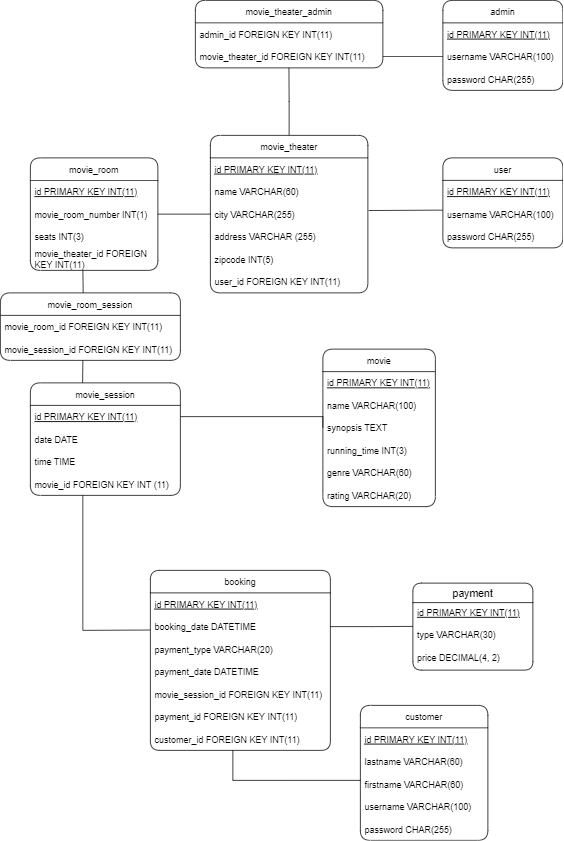
Earlier version of the draw.io export MPD.png (Armafobe/cinema_database). Source tidied: cells renumbered, new cells last; positions are measured from the earlier drawing's top-left corner, leaving out a move shared by most shapes.
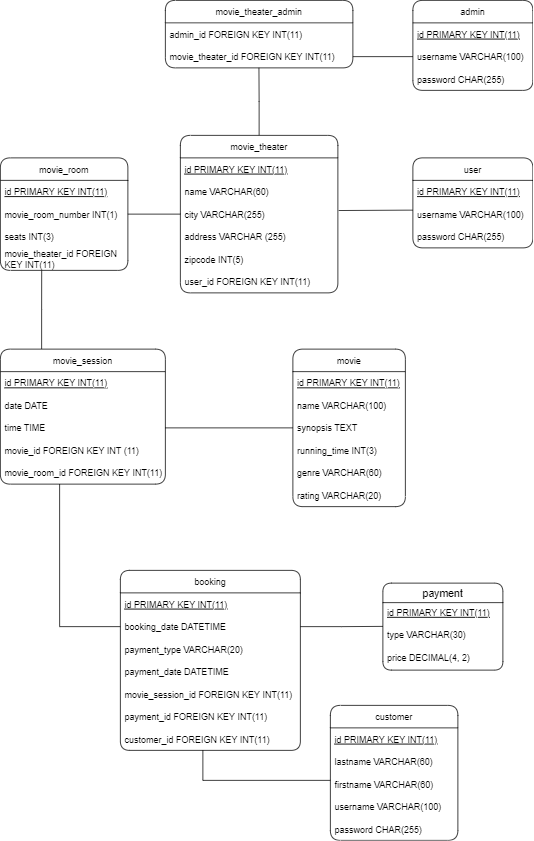
The same diagram one commit later.

Change to the diagram source:
```diff
@@ -53,26 +53,27 @@
     <mxCell id="18" value="movie_theater_id FOREIGN&#10;KEY INT(11)" style="text;strokeColor=none;fillColor=none;align=left;verticalAlign=middle;spacingLeft=4;spacingRight=4;overflow=hidden;points=[[0,0.5],[1,0.5]];portConstraint=eastwest;rounded=1;" parent="14" vertex="1">
       <mxGeometry y="120" width="170" height="30" as="geometry" />
     </mxCell>
-    <mxCell id="19" style="edgeStyle=orthogonalEdgeStyle;rounded=0;jettySize=auto;html=1;exitX=0.348;exitY=0.008;exitDx=0;exitDy=0;endArrow=none;endFill=0;exitPerimeter=0;" parent="1" edge="1" source="20">
-      <mxGeometry relative="1" as="geometry">
-        <mxPoint x="110" y="480" as="targetPoint" />
-      </mxGeometry>
-    </mxCell>
+    <mxCell id="69" style="edgeStyle=orthogonalEdgeStyle;rounded=0;jettySize=auto;html=1;exitX=0.25;exitY=0;exitDx=0;exitDy=0;entryX=0.324;entryY=1;entryDx=0;entryDy=0;entryPerimeter=0;endArrow=none;endFill=0;" parent="1" edge="1" source="20" target="18">
+      <mxGeometry relative="1" as="geometry" />
+    </mxCell>
     <mxCell id="20" value="movie_session" style="swimlane;fontStyle=0;horizontal=1;startSize=30;rounded=1;" parent="1" vertex="1">
-      <mxGeometry x="40" y="510" width="200" height="150" as="geometry" />
+      <mxGeometry x="40" y="465" width="220" height="180" as="geometry" />
     </mxCell>
     <mxCell id="21" value="id PRIMARY KEY INT(11)" style="text;strokeColor=none;fillColor=none;align=left;verticalAlign=middle;spacingLeft=4;spacingRight=4;overflow=hidden;points=[[0,0.5],[1,0.5]];portConstraint=eastwest;rounded=1;fontStyle=4;" parent="20" vertex="1">
-      <mxGeometry y="30" width="200" height="30" as="geometry" />
+      <mxGeometry y="30" width="220" height="30" as="geometry" />
     </mxCell>
     <mxCell id="22" value="date DATE" style="text;strokeColor=none;fillColor=none;align=left;verticalAlign=middle;spacingLeft=4;spacingRight=4;overflow=hidden;rounded=1;" parent="20" vertex="1">
-      <mxGeometry y="60" width="200" height="30" as="geometry" />
+      <mxGeometry y="60" width="220" height="30" as="geometry" />
     </mxCell>
     <mxCell id="23" value="time TIME" style="text;strokeColor=none;fillColor=none;align=left;verticalAlign=middle;spacingLeft=4;spacingRight=4;overflow=hidden;points=[[0,0.5],[1,0.5]];portConstraint=eastwest;rounded=1;" parent="20" vertex="1">
-      <mxGeometry y="90" width="200" height="30" as="geometry" />
+      <mxGeometry y="90" width="220" height="30" as="geometry" />
     </mxCell>
     <mxCell id="24" value="movie_id FOREIGN KEY INT (11)" style="text;strokeColor=none;fillColor=none;align=left;verticalAlign=middle;spacingLeft=4;spacingRight=4;overflow=hidden;rounded=1;" parent="20" vertex="1">
-      <mxGeometry y="120" width="200" height="30" as="geometry" />
+      <mxGeometry y="120" width="220" height="30" as="geometry" />
     </mxCell>
+    <mxCell id="64" value="movie_room_id FOREIGN KEY INT(11)" style="text;strokeColor=none;fillColor=none;align=left;verticalAlign=middle;spacingLeft=4;spacingRight=4;overflow=hidden;points=[[0,0.5],[1,0.5]];portConstraint=eastwest;rounded=1;" parent="20" vertex="1">
+      <mxGeometry y="150" width="220" height="30" as="geometry" />
+    </mxCell>
     <mxCell id="25" value="movie" style="swimlane;fontStyle=0;horizontal=1;startSize=30;rounded=1;" parent="1" vertex="1">
       <mxGeometry x="430" y="465" width="150" height="210" as="geometry" />
     </mxCell>
@@ -118,17 +119,6 @@
     <mxCell id="39" value="customer_id FOREIGN KEY INT(11)" style="text;strokeColor=none;fillColor=none;align=left;verticalAlign=middle;spacingLeft=4;spacingRight=4;overflow=hidden;rounded=1;" parent="32" vertex="1">
       <mxGeometry y="210" width="240" height="30" as="geometry" />
     </mxCell>
-    <mxCell id="40" style="endArrow=none;html=1;rounded=0;" parent="1" edge="1">
-      <mxGeometry relative="1" as="geometry">
-        <mxPoint x="110" y="660" as="sourcePoint" />
-        <mxPoint x="110" y="840" as="targetPoint" />
-      </mxGeometry>
-    </mxCell>
-    <mxCell id="41" style="endArrow=none;html=1;rounded=0;entryX=-0.003;entryY=0.651;entryDx=0;entryDy=0;entryPerimeter=0;" parent="1" edge="1" target="34">
-      <mxGeometry relative="1" as="geometry">
-        <mxPoint x="110" y="840" as="sourcePoint" />
-      </mxGeometry>
-    </mxCell>
     <mxCell id="42" value="customer" style="swimlane;fontStyle=0;horizontal=1;startSize=30;rounded=1;labelBackgroundColor=none;" parent="1" vertex="1">
       <mxGeometry x="480" y="940" width="170" height="180" as="geometry" />
     </mxCell>
@@ -147,14 +137,14 @@
     <mxCell id="47" value="password CHAR(255)" style="text;strokeColor=none;fillColor=none;align=left;verticalAlign=middle;spacingLeft=4;spacingRight=4;overflow=hidden;rounded=1;labelBackgroundColor=none;" parent="42" vertex="1">
       <mxGeometry y="150" width="170" height="30" as="geometry" />
     </mxCell>
-    <mxCell id="48" style="endArrow=none;html=1;rounded=0;entryX=0;entryY=0.333;entryDx=0;entryDy=0;entryPerimeter=0;" parent="1" edge="1" target="45">
-      <mxGeometry relative="1" as="geometry">
-        <mxPoint x="310" y="1000" as="sourcePoint" />
-        <Array as="points">
-          <mxPoint x="310" y="1040" />
-        </Array>
-      </mxGeometry>
-    </mxCell>
+    <mxCell id="70" style="endArrow=none;html=1;rounded=0;entryX=0;entryY=0.333;entryDx=0;entryDy=0;entryPerimeter=0;" parent="1" edge="1" target="45">
+      <mxGeometry relative="1" as="geometry">
+        <mxPoint x="310" y="1000" as="sourcePoint" />
+        <Array as="points">
+          <mxPoint x="310" y="1040" />
+        </Array>
+      </mxGeometry>
+    </mxCell>
     <mxCell id="49" value="payment" style="swimlane;fontStyle=0;horizontal=1;startSize=26;align=center;fontSize=14;rounded=1;labelBackgroundColor=none;" parent="1" vertex="1">
       <mxGeometry x="550" y="777" width="160" height="116" as="geometry" />
     </mxCell>
@@ -179,11 +169,11 @@
     <mxCell id="56" value="password CHAR(255)" style="text;strokeColor=none;fillColor=none;align=left;verticalAlign=middle;spacingLeft=4;spacingRight=4;overflow=hidden;rounded=1;labelBackgroundColor=none;" parent="53" vertex="1">
       <mxGeometry y="90" width="160" height="30" as="geometry" />
     </mxCell>
-    <mxCell id="57" style="endArrow=none;html=1;rounded=0;exitX=1.005;exitY=0.34;exitDx=0;exitDy=0;exitPerimeter=0;" parent="1" edge="1" source="6">
-      <mxGeometry relative="1" as="geometry">
-        <mxPoint x="590" y="279.7" as="targetPoint" />
-      </mxGeometry>
-    </mxCell>
+    <mxCell id="71" style="endArrow=none;html=1;rounded=0;exitX=1.005;exitY=0.34;exitDx=0;exitDy=0;exitPerimeter=0;" parent="1" edge="1" source="6">
+      <mxGeometry relative="1" as="geometry">
+        <mxPoint x="590" y="279.7" as="targetPoint" />
+      </mxGeometry>
+    </mxCell>
     <mxCell id="58" value="movie_theater_admin" style="swimlane;fontStyle=0;horizontal=1;startSize=30;rounded=1;labelBackgroundColor=none;" parent="1" vertex="1">
       <mxGeometry x="260" width="250" height="90" as="geometry" />
     </mxCell>
@@ -196,32 +186,17 @@
     <mxCell id="61" style="edgeStyle=orthogonalEdgeStyle;rounded=0;jettySize=auto;html=1;exitX=1;exitY=0.5;exitDx=0;exitDy=0;entryX=0;entryY=0.5;entryDx=0;entryDy=0;endArrow=none;endFill=0;" parent="1" edge="1" source="60" target="12">
       <mxGeometry relative="1" as="geometry" />
     </mxCell>
-    <mxCell id="62" style="edgeStyle=orthogonalEdgeStyle;rounded=0;jettySize=auto;html=1;exitX=0.46;exitY=0.014;exitDx=0;exitDy=0;endArrow=none;endFill=0;exitPerimeter=0;" parent="1" edge="1" source="63">
-      <mxGeometry relative="1" as="geometry">
-        <mxPoint x="110" y="360" as="targetPoint" />
-      </mxGeometry>
-    </mxCell>
-    <mxCell id="63" value="movie_room_session" style="swimlane;fontStyle=0;horizontal=1;startSize=30;rounded=1;labelBackgroundColor=none;" parent="1" vertex="1">
-      <mxGeometry y="390" width="240" height="90" as="geometry" />
-    </mxCell>
-    <mxCell id="64" value="movie_room_id FOREIGN KEY INT(11)" style="text;strokeColor=none;fillColor=none;align=left;verticalAlign=middle;spacingLeft=4;spacingRight=4;overflow=hidden;points=[[0,0.5],[1,0.5]];portConstraint=eastwest;rounded=1;labelBackgroundColor=none;" parent="63" vertex="1">
-      <mxGeometry y="30" width="240" height="30" as="geometry" />
-    </mxCell>
-    <mxCell id="65" value="movie_session_id FOREIGN KEY INT(11)" style="text;strokeColor=none;fillColor=none;align=left;verticalAlign=middle;spacingLeft=4;spacingRight=4;overflow=hidden;rounded=1;labelBackgroundColor=none;" parent="63" vertex="1">
-      <mxGeometry y="60" width="240" height="30" as="geometry" />
-    </mxCell>
     <mxCell id="66" style="edgeStyle=orthogonalEdgeStyle;rounded=0;jettySize=auto;html=1;exitX=1;exitY=0.5;exitDx=0;exitDy=0;entryX=0;entryY=0.5;entryDx=0;entryDy=0;endArrow=none;endFill=0;" parent="1" edge="1" source="16" target="6">
       <mxGeometry relative="1" as="geometry" />
     </mxCell>
-    <mxCell id="67" style="edgeStyle=orthogonalEdgeStyle;rounded=0;jettySize=auto;html=1;exitX=0;exitY=0.5;exitDx=0;exitDy=0;endArrow=none;endFill=0;" parent="1" edge="1" source="28" target="21">
-      <mxGeometry relative="1" as="geometry">
-        <Array as="points">
-          <mxPoint x="430" y="555" />
-        </Array>
-      </mxGeometry>
-    </mxCell>
     <mxCell id="68" style="edgeStyle=orthogonalEdgeStyle;rounded=0;jettySize=auto;html=1;exitX=1;exitY=0.5;exitDx=0;exitDy=0;entryX=0;entryY=0.056;entryDx=0;entryDy=0;entryPerimeter=0;endArrow=none;endFill=0;" parent="1" edge="1" source="34" target="51">
       <mxGeometry relative="1" as="geometry" />
     </mxCell>
+    <mxCell id="72" style="edgeStyle=orthogonalEdgeStyle;rounded=0;jettySize=auto;html=1;exitX=0;exitY=0.5;exitDx=0;exitDy=0;entryX=1;entryY=0.5;entryDx=0;entryDy=0;endArrow=none;endFill=0;" parent="1" edge="1" source="28" target="23">
+      <mxGeometry relative="1" as="geometry" />
+    </mxCell>
+    <mxCell id="73" style="edgeStyle=orthogonalEdgeStyle;rounded=0;jettySize=auto;html=1;exitX=0;exitY=0.5;exitDx=0;exitDy=0;endArrow=none;endFill=0;entryX=0.359;entryY=1;entryDx=0;entryDy=0;entryPerimeter=0;" parent="1" edge="1" source="34" target="64">
+      <mxGeometry relative="1" as="geometry" />
+    </mxCell>
   </root>
 </mxGraphModel>
```
